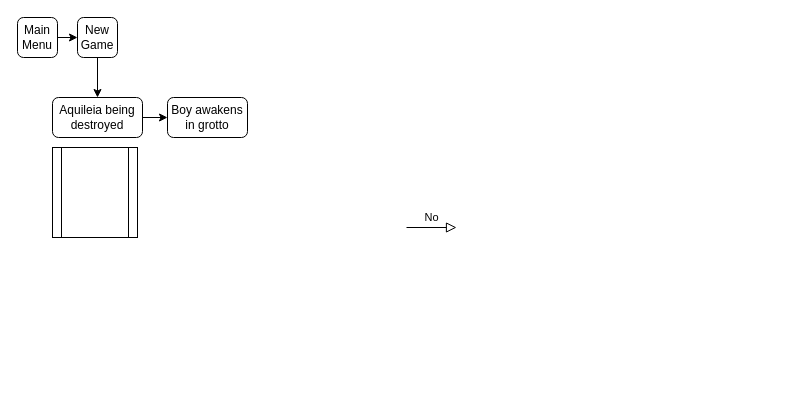
The draw.io diagram page "Narrative" (1 of 2) of Untitled Diagram.drawio in SpencerChamp/akileia, before the edit. Source tidied: cells renumbered, new cells numbered last; positions are measured from the earlier drawing's top-left corner, leaving out a move shared by most shapes. Both pictures are drawn from the tidied source at 100%, with x=0, y=0 at pixel (17, 17).
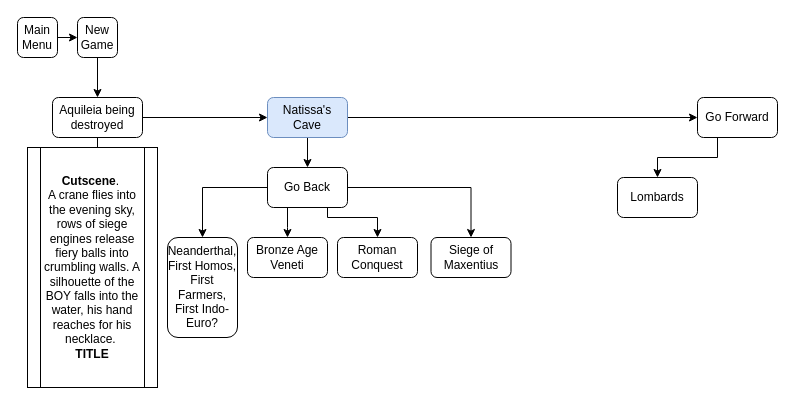
Above is the later version.

The change refers to these unchanged cells:
```xml
<mxCell id="8" value="Aquileia being destroyed" style="rounded=1;whiteSpace=wrap;html=1;" parent="1" vertex="1">
  <mxGeometry x="35" y="80" width="90" height="40" as="geometry" />
</mxCell>
```

Diff of the diagram source:
```diff
@@
-    <mxCell id="4" value="No" style="edgeStyle=orthogonalEdgeStyle;rounded=0;html=1;jettySize=auto;orthogonalLoop=1;fontSize=11;endArrow=block;endFill=0;endSize=8;strokeWidth=1;shadow=0;labelBackgroundColor=none;" parent="1" edge="1">
-      <mxGeometry y="10" relative="1" as="geometry">
-        <mxPoint x="389" y="210" as="sourcePoint" />
-        <mxPoint x="439" y="210" as="targetPoint" />
-      </mxGeometry>
-    </mxCell>
@@
-    <mxCell id="7" style="edgeStyle=orthogonalEdgeStyle;rounded=0;jettySize=auto;html=1;" parent="1" edge="1" source="8" target="9">
-      <mxGeometry relative="1" as="geometry" />
-    </mxCell>
+    <mxCell id="11" style="edgeStyle=orthogonalEdgeStyle;rounded=0;jettySize=auto;html=1;" parent="1" edge="1" source="8" target="10">
+      <mxGeometry relative="1" as="geometry" />
+    </mxCell>
+    <mxCell id="12" style="edgeStyle=orthogonalEdgeStyle;rounded=0;jettySize=auto;html=1;entryX=0;entryY=0.5;entryDx=0;entryDy=0;" parent="1" edge="1" source="8" target="15">
+      <mxGeometry relative="1" as="geometry" />
+    </mxCell>
@@
-    <mxCell id="9" value="Boy awakens in grotto" style="rounded=1;whiteSpace=wrap;html=1;" parent="1" vertex="1">
-      <mxGeometry x="150" y="80" width="80" height="40" as="geometry" />
-    </mxCell>
-    <mxCell id="10" style="shape=process;whiteSpace=wrap;html=1;backgroundOutline=1;" parent="1" vertex="1">
-      <mxGeometry x="35" y="130" width="85" height="90" as="geometry" />
+    <mxCell id="10" value="&lt;b&gt;Cutscene&lt;/b&gt;.&amp;nbsp;&lt;br&gt;A crane flies into the evening sky, rows of siege engines release fiery balls into crumbling walls. A silhouette of the BOY falls into the water, his hand reaches for his necklace.&amp;nbsp;&lt;br&gt;&lt;b&gt;TITLE&lt;/b&gt;" style="shape=process;whiteSpace=wrap;html=1;backgroundOutline=1;" parent="1" vertex="1">
+      <mxGeometry x="10" y="130" width="130" height="240" as="geometry" />
     </mxCell>
+    <mxCell id="13" style="edgeStyle=orthogonalEdgeStyle;rounded=0;jettySize=auto;html=1;" parent="1" edge="1" source="15" target="20">
+      <mxGeometry relative="1" as="geometry" />
+    </mxCell>
+    <mxCell id="14" style="edgeStyle=orthogonalEdgeStyle;rounded=0;jettySize=auto;html=1;" parent="1" edge="1" source="15" target="22">
+      <mxGeometry relative="1" as="geometry" />
+    </mxCell>
+    <mxCell id="15" value="Natissa's Cave" style="rounded=1;whiteSpace=wrap;html=1;fillColor=#dae8fc;strokeColor=#6c8ebf;" parent="1" vertex="1">
+      <mxGeometry x="250" y="80" width="80" height="40" as="geometry" />
+    </mxCell>
+    <mxCell id="16" style="edgeStyle=orthogonalEdgeStyle;rounded=0;jettySize=auto;html=1;" parent="1" edge="1" source="20" target="23">
+      <mxGeometry relative="1" as="geometry" />
+    </mxCell>
+    <mxCell id="17" style="edgeStyle=orthogonalEdgeStyle;rounded=0;jettySize=auto;html=1;" parent="1" edge="1" source="20" target="24">
+      <mxGeometry relative="1" as="geometry">
+        <Array as="points">
+          <mxPoint x="270" y="210" />
+          <mxPoint x="270" y="210" />
+        </Array>
+      </mxGeometry>
+    </mxCell>
+    <mxCell id="18" style="edgeStyle=orthogonalEdgeStyle;rounded=0;jettySize=auto;html=1;exitX=0.75;exitY=1;exitDx=0;exitDy=0;entryX=0.5;entryY=0;entryDx=0;entryDy=0;" parent="1" edge="1" source="20" target="25">
+      <mxGeometry relative="1" as="geometry">
+        <Array as="points">
+          <mxPoint x="310" y="200" />
+          <mxPoint x="360" y="200" />
+        </Array>
+      </mxGeometry>
+    </mxCell>
+    <mxCell id="19" style="edgeStyle=orthogonalEdgeStyle;rounded=0;jettySize=auto;html=1;entryX=0.5;entryY=0;entryDx=0;entryDy=0;" parent="1" edge="1" source="20" target="26">
+      <mxGeometry relative="1" as="geometry" />
+    </mxCell>
+    <mxCell id="20" value="Go Back" style="rounded=1;whiteSpace=wrap;html=1;" parent="1" vertex="1">
+      <mxGeometry x="250" y="150" width="80" height="40" as="geometry" />
+    </mxCell>
+    <mxCell id="21" style="edgeStyle=orthogonalEdgeStyle;rounded=0;jettySize=auto;html=1;" parent="1" edge="1" source="22" target="28">
+      <mxGeometry relative="1" as="geometry">
+        <Array as="points">
+          <mxPoint x="700" y="140" />
+          <mxPoint x="640" y="140" />
+        </Array>
+      </mxGeometry>
+    </mxCell>
+    <mxCell id="22" value="Go Forward" style="rounded=1;whiteSpace=wrap;html=1;" parent="1" vertex="1">
+      <mxGeometry x="680" y="80" width="80" height="40" as="geometry" />
+    </mxCell>
+    <mxCell id="23" value="Neanderthal, First Homos, First Farmers, First Indo-Euro?" style="rounded=1;whiteSpace=wrap;html=1;" parent="1" vertex="1">
+      <mxGeometry x="150" y="220" width="70" height="100" as="geometry" />
+    </mxCell>
+    <mxCell id="24" value="Bronze Age Veneti" style="rounded=1;whiteSpace=wrap;html=1;" parent="1" vertex="1">
+      <mxGeometry x="230" y="220" width="80" height="40" as="geometry" />
+    </mxCell>
+    <mxCell id="25" value="Roman Conquest" style="rounded=1;whiteSpace=wrap;html=1;" parent="1" vertex="1">
+      <mxGeometry x="320" y="220" width="80" height="40" as="geometry" />
+    </mxCell>
+    <mxCell id="26" value="Siege of Maxentius" style="rounded=1;whiteSpace=wrap;html=1;" parent="1" vertex="1">
+      <mxGeometry x="413.5" y="220" width="80" height="40" as="geometry" />
+    </mxCell>
+    <mxCell id="27" style="edgeStyle=orthogonalEdgeStyle;rounded=0;orthogonalLoop=1;jettySize=auto;html=1;exitX=0.5;exitY=1;exitDx=0;exitDy=0;" parent="1" edge="1" source="23" target="23">
+      <mxGeometry relative="1" as="geometry" />
+    </mxCell>
+    <mxCell id="28" value="Lombards" style="rounded=1;whiteSpace=wrap;html=1;" parent="1" vertex="1">
+      <mxGeometry x="600" y="160" width="80" height="40" as="geometry" />
+    </mxCell>
```
